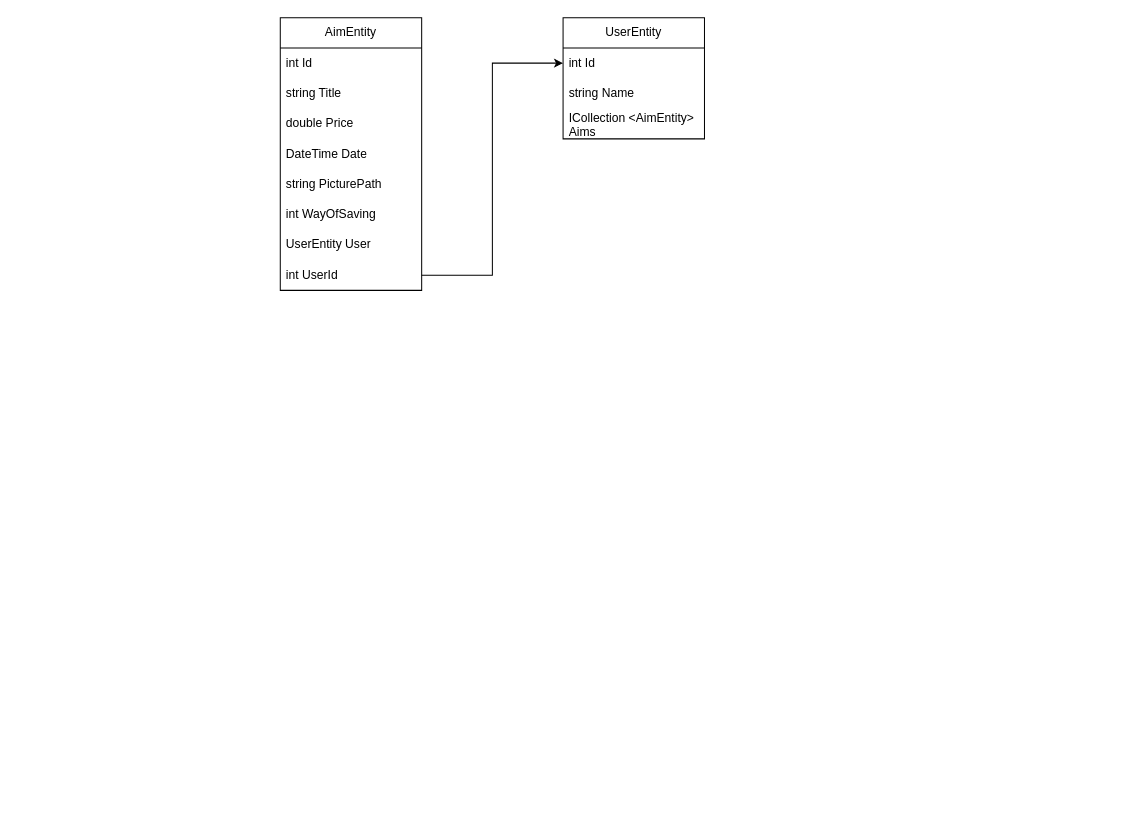
Above: Diagrams/PiggyBank.drawio in fafalya/PiggyBank (draw.io), before the change. Source tidied: cells renumbered, new cells numbered last; positions are measured from the earlier drawing's top-left corner, leaving out a move shared by most shapes. Both pictures are drawn from the tidied source at 101%, with x=0, y=0 at pixel (280, 17). Pictures stored in the file or linked from it are replaced by grey dashed boxes.
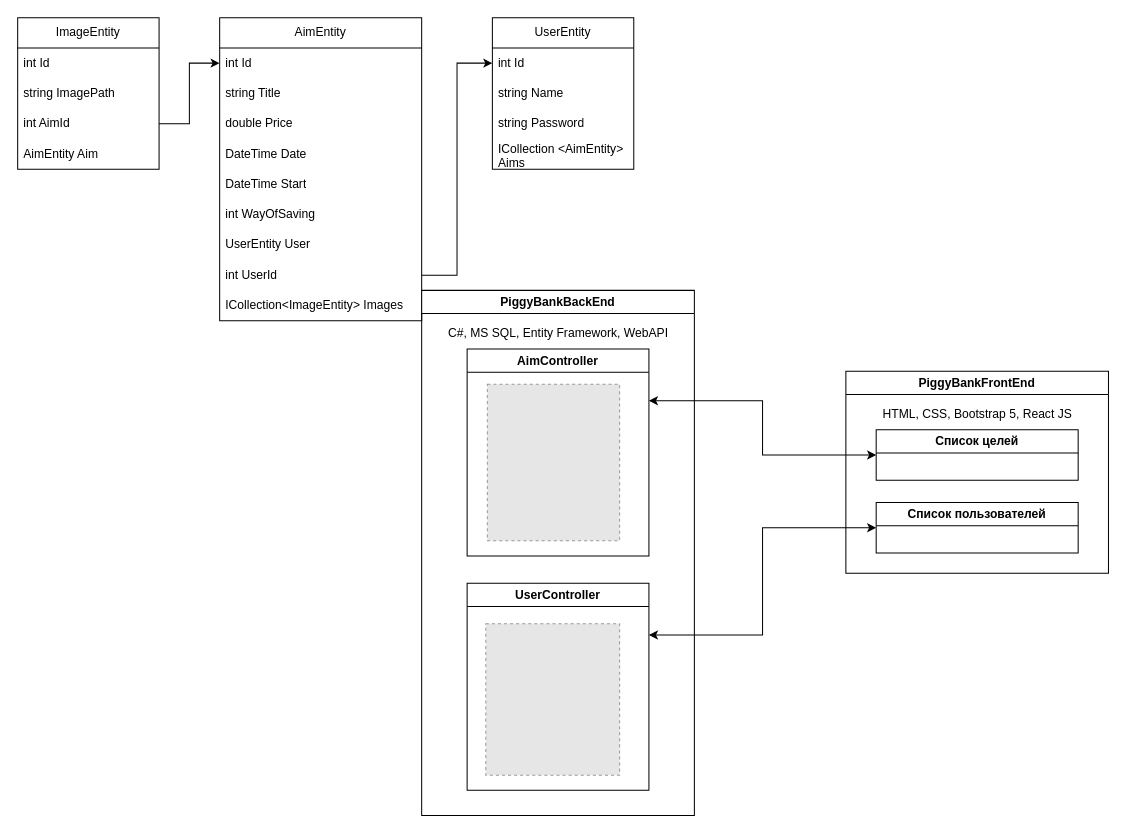
The same diagram, later.

Unchanged cells that the change refers to:
```xml
<mxCell id="12" value="int Id" style="text;strokeColor=none;fillColor=none;align=left;verticalAlign=middle;spacingLeft=4;spacingRight=4;overflow=hidden;points=[[0,0.5],[1,0.5]];portConstraint=eastwest;whiteSpace=wrap;html=1;" parent="11" vertex="1">
  <mxGeometry y="30" width="140" height="30" as="geometry" />
</mxCell>
```

Change to the diagram source:
```diff
@@
     <mxCell id="2" value="AimEntity" style="swimlane;fontStyle=0;horizontal=1;startSize=30;whiteSpace=wrap;html=1;" parent="1" vertex="1">
-      <mxGeometry width="140" height="270" as="geometry" />
+      <mxGeometry x="-60" width="200" height="300" as="geometry" />
     </mxCell>
     <mxCell id="3" value="int Id" style="text;strokeColor=none;fillColor=none;align=left;verticalAlign=middle;spacingLeft=4;spacingRight=4;overflow=hidden;points=[[0,0.5],[1,0.5]];portConstraint=eastwest;whiteSpace=wrap;html=1;" parent="2" vertex="1">
-      <mxGeometry y="30" width="140" height="30" as="geometry" />
+      <mxGeometry y="30" width="200" height="30" as="geometry" />
     </mxCell>
     <mxCell id="4" value="string Title" style="text;strokeColor=none;fillColor=none;align=left;verticalAlign=middle;spacingLeft=4;spacingRight=4;overflow=hidden;whiteSpace=wrap;html=1;" parent="2" vertex="1">
-      <mxGeometry y="60" width="140" height="30" as="geometry" />
+      <mxGeometry y="60" width="200" height="30" as="geometry" />
     </mxCell>
     <mxCell id="5" value="double Price" style="text;strokeColor=none;fillColor=none;align=left;verticalAlign=middle;spacingLeft=4;spacingRight=4;overflow=hidden;whiteSpace=wrap;html=1;" parent="2" vertex="1">
-      <mxGeometry y="90" width="140" height="30" as="geometry" />
+      <mxGeometry y="90" width="200" height="30" as="geometry" />
     </mxCell>
     <mxCell id="6" value="DateTime Date" style="text;strokeColor=none;fillColor=none;align=left;verticalAlign=middle;spacingLeft=4;spacingRight=4;overflow=hidden;whiteSpace=wrap;html=1;" parent="2" vertex="1">
-      <mxGeometry y="120" width="140" height="30" as="geometry" />
+      <mxGeometry y="120" width="200" height="30" as="geometry" />
     </mxCell>
-    <mxCell id="7" value="string PicturePath" style="text;strokeColor=none;fillColor=none;align=left;verticalAlign=middle;spacingLeft=4;spacingRight=4;overflow=hidden;whiteSpace=wrap;html=1;" parent="2" vertex="1">
-      <mxGeometry y="150" width="140" height="30" as="geometry" />
-    </mxCell>
+    <mxCell id="16" value="DateTime Start" style="text;strokeColor=none;fillColor=none;align=left;verticalAlign=middle;spacingLeft=4;spacingRight=4;overflow=hidden;whiteSpace=wrap;html=1;" parent="2" vertex="1">
+      <mxGeometry y="150" width="200" height="30" as="geometry" />
+    </mxCell>
     <mxCell id="8" value="int WayOfSaving" style="text;strokeColor=none;fillColor=none;align=left;verticalAlign=middle;spacingLeft=4;spacingRight=4;overflow=hidden;whiteSpace=wrap;html=1;" parent="2" vertex="1">
-      <mxGeometry y="180" width="140" height="30" as="geometry" />
+      <mxGeometry y="180" width="200" height="30" as="geometry" />
     </mxCell>
     <mxCell id="9" value="UserEntity User" style="text;strokeColor=none;fillColor=none;align=left;verticalAlign=middle;spacingLeft=4;spacingRight=4;overflow=hidden;whiteSpace=wrap;html=1;" parent="2" vertex="1">
-      <mxGeometry y="210" width="140" height="30" as="geometry" />
+      <mxGeometry y="210" width="200" height="30" as="geometry" />
     </mxCell>
+    <mxCell id="17" value="int UserId" style="text;strokeColor=none;fillColor=none;align=left;verticalAlign=middle;spacingLeft=4;spacingRight=4;overflow=hidden;points=[[0,0.5],[1,0.5]];portConstraint=eastwest;whiteSpace=wrap;html=1;" parent="2" vertex="1">
+      <mxGeometry y="240" width="200" height="30" as="geometry" />
+    </mxCell>
-    <mxCell id="10" value="int UserId" style="text;strokeColor=none;fillColor=none;align=left;verticalAlign=middle;spacingLeft=4;spacingRight=4;overflow=hidden;points=[[0,0.5],[1,0.5]];portConstraint=eastwest;whiteSpace=wrap;html=1;" parent="2" vertex="1">
-      <mxGeometry y="240" width="140" height="30" as="geometry" />
+    <mxCell id="10" value="ICollection&amp;lt;ImageEntity&amp;gt; Images" style="text;strokeColor=none;fillColor=none;align=left;verticalAlign=middle;spacingLeft=4;spacingRight=4;overflow=hidden;points=[[0,0.5],[1,0.5]];portConstraint=eastwest;whiteSpace=wrap;html=1;" parent="2" vertex="1">
+      <mxGeometry y="270" width="200" height="30" as="geometry" />
     </mxCell>
     <mxCell id="11" value="UserEntity" style="swimlane;fontStyle=0;horizontal=1;startSize=30;whiteSpace=wrap;html=1;" parent="1" vertex="1">
-      <mxGeometry x="280" width="140" height="120" as="geometry" />
+      <mxGeometry x="210" width="140" height="150" as="geometry" />
     </mxCell>
@@
-    <mxCell id="14" value="ICollection &amp;lt;AimEntity&amp;gt; Aims&amp;nbsp;" style="text;strokeColor=none;fillColor=none;align=left;verticalAlign=middle;spacingLeft=4;spacingRight=4;overflow=hidden;whiteSpace=wrap;html=1;" parent="11" vertex="1">
+    <mxCell id="14" value="string Password" style="text;strokeColor=none;fillColor=none;align=left;verticalAlign=middle;spacingLeft=4;spacingRight=4;overflow=hidden;whiteSpace=wrap;html=1;" parent="11" vertex="1">
       <mxGeometry y="90" width="140" height="30" as="geometry" />
     </mxCell>
+    <mxCell id="18" value="ICollection &amp;lt;AimEntity&amp;gt; Aims&amp;nbsp;" style="text;strokeColor=none;fillColor=none;align=left;verticalAlign=middle;spacingLeft=4;spacingRight=4;overflow=hidden;whiteSpace=wrap;html=1;" parent="11" vertex="1">
+      <mxGeometry y="120" width="140" height="30" as="geometry" />
+    </mxCell>
-    <mxCell id="15" style="edgeStyle=orthogonalEdgeStyle;rounded=0;jettySize=auto;html=1;exitX=1;exitY=0.5;exitDx=0;exitDy=0;entryX=0;entryY=0.5;entryDx=0;entryDy=0;" parent="1" edge="1" source="10" target="12">
+    <mxCell id="15" style="edgeStyle=orthogonalEdgeStyle;rounded=0;jettySize=auto;html=1;entryX=0;entryY=0.5;entryDx=0;entryDy=0;" parent="1" edge="1" source="17" target="12">
       <mxGeometry relative="1" as="geometry" />
     </mxCell>
+    <mxCell id="19" value="ImageEntity" style="swimlane;fontStyle=0;horizontal=1;startSize=30;whiteSpace=wrap;html=1;" parent="1" vertex="1">
+      <mxGeometry x="-260" width="140" height="150" as="geometry" />
+    </mxCell>
+    <mxCell id="20" value="int Id" style="text;strokeColor=none;fillColor=none;align=left;verticalAlign=middle;spacingLeft=4;spacingRight=4;overflow=hidden;whiteSpace=wrap;html=1;" parent="19" vertex="1">
+      <mxGeometry y="30" width="140" height="30" as="geometry" />
+    </mxCell>
+    <mxCell id="21" value="string ImagePath" style="text;strokeColor=none;fillColor=none;align=left;verticalAlign=middle;spacingLeft=4;spacingRight=4;overflow=hidden;whiteSpace=wrap;html=1;" parent="19" vertex="1">
+      <mxGeometry y="60" width="140" height="30" as="geometry" />
+    </mxCell>
+    <mxCell id="22" value="int AimId" style="text;strokeColor=none;fillColor=none;align=left;verticalAlign=middle;spacingLeft=4;spacingRight=4;overflow=hidden;points=[[0,0.5],[1,0.5]];portConstraint=eastwest;whiteSpace=wrap;html=1;" parent="19" vertex="1">
+      <mxGeometry y="90" width="140" height="30" as="geometry" />
+    </mxCell>
+    <mxCell id="23" value="AimEntity Aim" style="text;strokeColor=none;fillColor=none;align=left;verticalAlign=middle;spacingLeft=4;spacingRight=4;overflow=hidden;whiteSpace=wrap;html=1;" parent="19" vertex="1">
+      <mxGeometry y="120" width="140" height="30" as="geometry" />
+    </mxCell>
+    <mxCell id="24" style="edgeStyle=orthogonalEdgeStyle;rounded=0;jettySize=auto;html=1;exitX=1;exitY=0.5;exitDx=0;exitDy=0;entryX=0;entryY=0.5;entryDx=0;entryDy=0;" parent="1" edge="1" source="22" target="3">
+      <mxGeometry relative="1" as="geometry" />
+    </mxCell>
+    <mxCell id="25" value="PiggyBankBackEnd" style="swimlane;whiteSpace=wrap;html=1;" parent="1" vertex="1">
+      <mxGeometry x="140" y="270" width="270" height="520" as="geometry" />
+    </mxCell>
+    <mxCell id="26" value="C#, MS SQL, Entity Framework, WebAPI" style="text;html=1;align=center;verticalAlign=middle;strokeColor=none;fillColor=none;" parent="25" vertex="1">
+      <mxGeometry x="15" y="28" width="240" height="30" as="geometry" />
+    </mxCell>
+    <mxCell id="27" value="AimController" style="swimlane;whiteSpace=wrap;html=1;" parent="25" vertex="1">
+      <mxGeometry x="45" y="58" width="180" height="205" as="geometry" />
+    </mxCell>
+    <mxCell id="28" style="fillColor=#E6E6E6;strokeColor=#999999;dashed=1;verticalLabelPosition=bottom;labelBackgroundColor=default;verticalAlign=top;" parent="27" vertex="1">
+      <mxGeometry x="20" y="35" width="131" height="154.8" as="geometry" />
+    </mxCell>
+    <mxCell id="29" value="UserController" style="swimlane;whiteSpace=wrap;html=1;" parent="25" vertex="1">
+      <mxGeometry x="45" y="290" width="180" height="205" as="geometry" />
+    </mxCell>
+    <mxCell id="30" style="fillColor=#E6E6E6;strokeColor=#999999;dashed=1;verticalLabelPosition=bottom;labelBackgroundColor=default;verticalAlign=top;" parent="29" vertex="1">
+      <mxGeometry x="18.5" y="40" width="132.5" height="150" as="geometry" />
+    </mxCell>
+    <mxCell id="31" value="PiggyBankFrontEnd" style="swimlane;whiteSpace=wrap;html=1;" parent="1" vertex="1">
+      <mxGeometry x="560" y="350" width="260" height="200" as="geometry" />
+    </mxCell>
+    <mxCell id="32" value="HTML, CSS, Bootstrap 5, React JS" style="text;html=1;align=center;verticalAlign=middle;strokeColor=none;fillColor=none;" parent="31" vertex="1">
+      <mxGeometry x="25" y="28" width="210" height="30" as="geometry" />
+    </mxCell>
+    <mxCell id="33" value="Список целей" style="swimlane;whiteSpace=wrap;html=1;" parent="31" vertex="1">
+      <mxGeometry x="30" y="58" width="200" height="50" as="geometry" />
+    </mxCell>
+    <mxCell id="34" value="Список пользователей" style="swimlane;whiteSpace=wrap;html=1;" parent="31" vertex="1">
+      <mxGeometry x="30" y="130" width="200" height="50" as="geometry" />
+    </mxCell>
+    <mxCell id="35" style="edgeStyle=orthogonalEdgeStyle;rounded=0;jettySize=auto;html=1;exitX=0;exitY=0.5;exitDx=0;exitDy=0;entryX=1;entryY=0.25;entryDx=0;entryDy=0;startArrow=classic;startFill=1;" parent="1" edge="1" source="34" target="29">
+      <mxGeometry relative="1" as="geometry" />
+    </mxCell>
+    <mxCell id="36" style="edgeStyle=orthogonalEdgeStyle;rounded=0;jettySize=auto;html=1;exitX=0;exitY=0.5;exitDx=0;exitDy=0;entryX=1;entryY=0.25;entryDx=0;entryDy=0;startArrow=classic;startFill=1;" parent="1" edge="1" source="33" target="27">
+      <mxGeometry relative="1" as="geometry" />
+    </mxCell>
```
